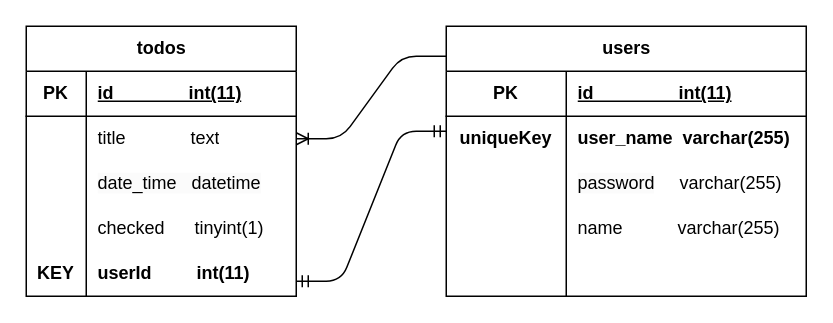
Earlier version of the draw.io diagram exo-todoList/todoList_ER.dio (Hiromi-k57/DWWM2025). Source tidied: cells renumbered, new cells numbered last; positions are measured from the earlier drawing's top-left corner, leaving out a move shared by most shapes. Both pictures are drawn from the tidied source at 150%, with x=0, y=0 at pixel (26, 26).
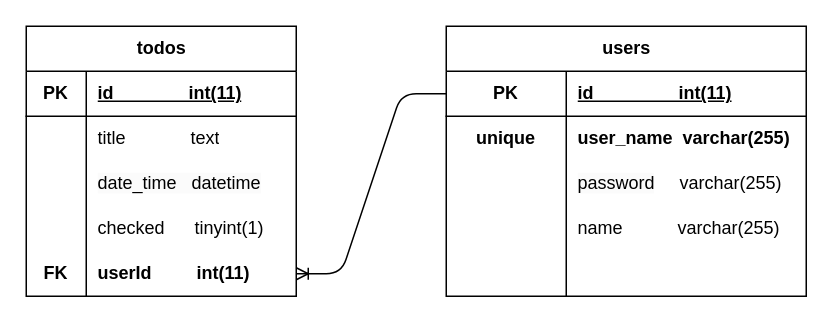
Above is the later version.

Unchanged cells that the change refers to:
```xml
<mxCell id="2" value="users" style="shape=table;startSize=30;childLayout=tableLayout;rowLines=0;fontStyle=1;align=center;html=1;" parent="1" vertex="1">
  <mxGeometry x="280" width="240" height="180" as="geometry" />
</mxCell>
<mxCell id="3" style="shape=tableRow;horizontal=0;startSize=0;swimlaneHead=0;swimlaneBody=0;fillColor=none;points=[[0,0.5],[1,0.5]];portConstraint=eastwest;top=0;left=0;right=0;bottom=1;" parent="2" vertex="1">
  <mxGeometry y="30" width="240" height="30" as="geometry" />
</mxCell>
<mxCell id="6" style="shape=tableRow;horizontal=0;startSize=0;swimlaneHead=0;swimlaneBody=0;fillColor=none;top=0;left=0;right=0;bottom=0;" parent="2" vertex="1">
  <mxGeometry y="60" width="240" height="30" as="geometry" />
</mxCell>
<mxCell id="22" style="shape=tableRow;horizontal=0;startSize=0;swimlaneHead=0;swimlaneBody=0;fillColor=none;points=[[0,0.5],[1,0.5]];portConstraint=eastwest;top=0;left=0;right=0;bottom=0;" parent="18" vertex="1">
  <mxGeometry y="60" width="180" height="30" as="geometry" />
</mxCell>
<mxCell id="31" style="shape=tableRow;horizontal=0;startSize=0;swimlaneHead=0;swimlaneBody=0;fillColor=none;points=[[0,0.5],[1,0.5]];portConstraint=eastwest;top=0;left=0;right=0;bottom=0;" parent="18" vertex="1">
  <mxGeometry y="150" width="180" height="30" as="geometry" />
</mxCell>
```

What changed in the source:
```diff
@@
-    <mxCell id="7" value="&lt;b&gt;&lt;font style=&quot;color: rgb(0, 0, 0);&quot;&gt;uniqueKey&lt;/font&gt;&lt;/b&gt;" style="shape=partialRectangle;fillColor=none;top=0;left=0;bottom=0;right=0;overflow=hidden;whiteSpace=wrap;html=1;strokeWidth=0;" parent="6" vertex="1">
+    <mxCell id="7" value="&lt;b&gt;&lt;font style=&quot;color: rgb(0, 0, 0);&quot;&gt;unique&lt;/font&gt;&lt;/b&gt;" style="shape=partialRectangle;fillColor=none;top=0;left=0;bottom=0;right=0;overflow=hidden;whiteSpace=wrap;html=1;strokeWidth=0;" parent="6" vertex="1">
       <mxGeometry width="80" height="30" as="geometry" />
     </mxCell>
@@
-    <mxCell id="32" value="&lt;b&gt;&lt;font style=&quot;color: rgb(0, 0, 0);&quot;&gt;KEY&lt;/font&gt;&lt;/b&gt;" style="shape=partialRectangle;fillColor=none;top=0;left=0;bottom=0;right=0;overflow=hidden;whiteSpace=wrap;html=1;strokeColor=#000000;" parent="31" vertex="1">
+    <mxCell id="32" value="&lt;b&gt;&lt;font style=&quot;color: rgb(0, 0, 0);&quot;&gt;FK&lt;/font&gt;&lt;/b&gt;" style="shape=partialRectangle;fillColor=none;top=0;left=0;bottom=0;right=0;overflow=hidden;whiteSpace=wrap;html=1;strokeColor=#000000;" parent="31" vertex="1">
       <mxGeometry width="40" height="30" as="geometry" />
     </mxCell>
@@
-    <mxCell id="34" style="edgeStyle=entityRelationEdgeStyle;fontSize=12;html=1;endArrow=ERoneToMany;exitX=0;exitY=0.111;exitDx=0;exitDy=0;entryX=1;entryY=0.5;entryDx=0;entryDy=0;exitPerimeter=0;" parent="1" edge="1" source="2" target="22">
-      <mxGeometry relative="1" as="geometry">
-        <Array as="points">
-          <mxPoint x="180" y="75" />
-        </Array>
-      </mxGeometry>
-    </mxCell>
-    <mxCell id="35" style="edgeStyle=entityRelationEdgeStyle;fontSize=12;html=1;endArrow=ERmandOne;startArrow=ERmandOne;" parent="1" edge="1">
-      <mxGeometry relative="1" as="geometry">
-        <mxPoint x="180" y="170" as="sourcePoint" />
-        <mxPoint x="280" y="70" as="targetPoint" />
-        <Array as="points">
-          <mxPoint x="250" y="50" />
-        </Array>
-      </mxGeometry>
+    <mxCell id="35" style="edgeStyle=entityRelationEdgeStyle;fontSize=12;html=1;endArrow=ERoneToMany;entryX=1;entryY=0.5;entryDx=0;entryDy=0;exitX=0;exitY=0.5;exitDx=0;exitDy=0;" parent="1" edge="1" source="3" target="31">
+      <mxGeometry relative="1" as="geometry" />
     </mxCell>
```
